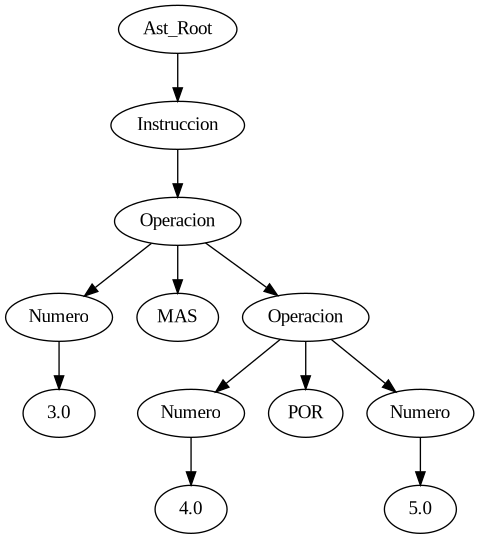
Above: Ejercicio_2/grafo.png in Juli0F/Ej_2_atributos_sintetizados (Graphviz), before the change. Its source is kept beside it as Ejercicio_2/grafo.dot. The source it was exported from:
```dot
digraph {
n0[label="Ast_Root"];
n1[label="Instruccion"]n0->n1;
n2[label="Operacion"]n1->n2;
n3[label="Numero"]n2->n3;
n4[label="3.0"]n3->n4;
n5[label="MAS"]n2->n5;
n6[label="Operacion"]n2->n6;
n7[label="Numero"]n6->n7;
n8[label="4.0"]n7->n8;
n9[label="POR"]n6->n9;
n10[label="Numero"]n6->n10;
n11[label="5.0"]n10->n11;
}
```
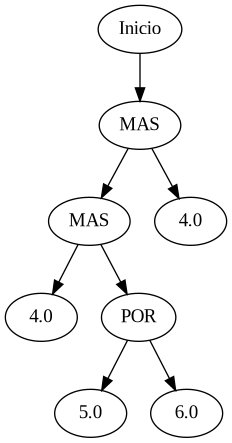
After the commit.

The edit, as a diff of the source:
```diff
@@ -1,14 +1,10 @@
 digraph {
-n0[label="Ast_Root"];
-n1[label="Instruccion"]n0->n1;
-n2[label="Operacion"]n1->n2;
-n3[label="Numero"]n2->n3;
-n4[label="3.0"]n3->n4;
-n5[label="MAS"]n2->n5;
-n6[label="Operacion"]n2->n6;
-n7[label="Numero"]n6->n7;
-n8[label="4.0"]n7->n8;
-n9[label="POR"]n6->n9;
-n10[label="Numero"]n6->n10;
-n11[label="5.0"]n10->n11;
+n0[label="Inicio"];
+n1[label="MAS"]n0->n1;
+n2[label="MAS"]n1->n2;
+n3[label="4.0"]n2->n3;
+n4[label="POR"]n2->n4;
+n5[label="5.0"]n4->n5;
+n6[label="6.0"]n4->n6;
+n7[label="4.0"]n1->n7;
 }
```
